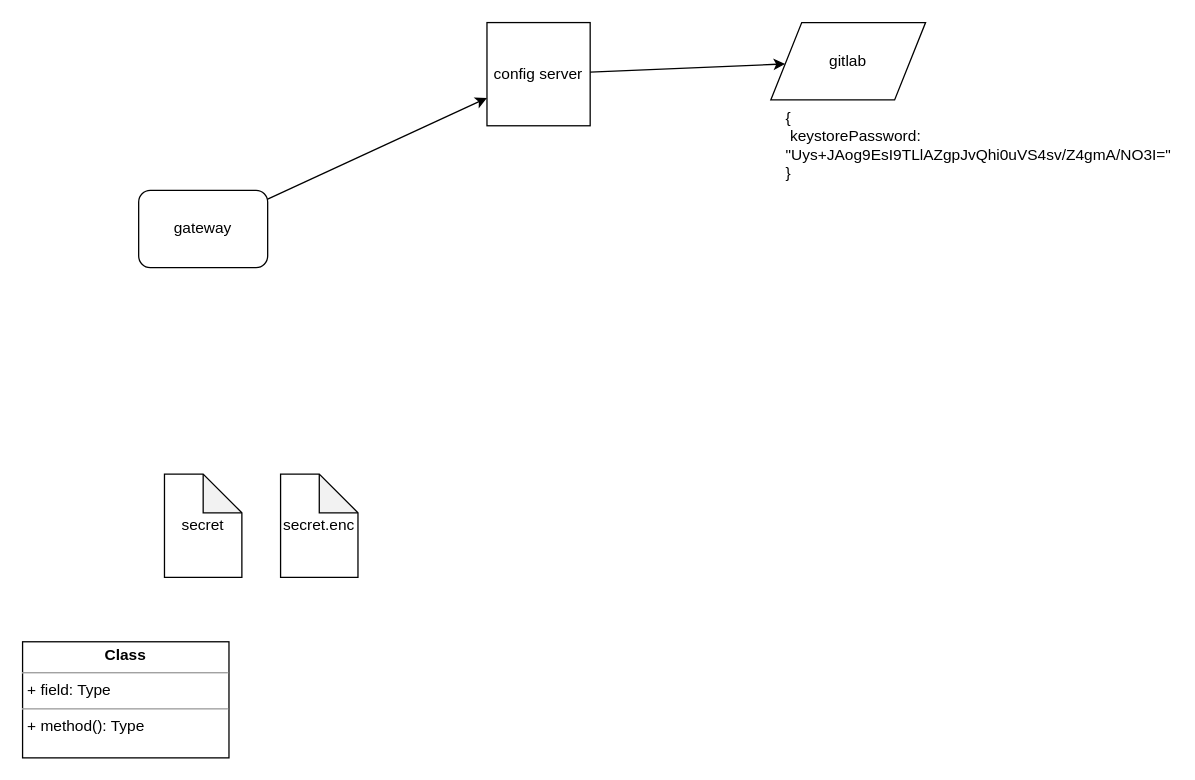
Earlier version of the draw.io diagram Untitled Diagram.drawio (arti22k/draw.io). Source tidied: cells renumbered, new cells numbered last; positions are measured from the earlier drawing's top-left corner, leaving out a move shared by most shapes. Both pictures are drawn from the tidied source at 129%, with x=0, y=0 at pixel (22, 22).
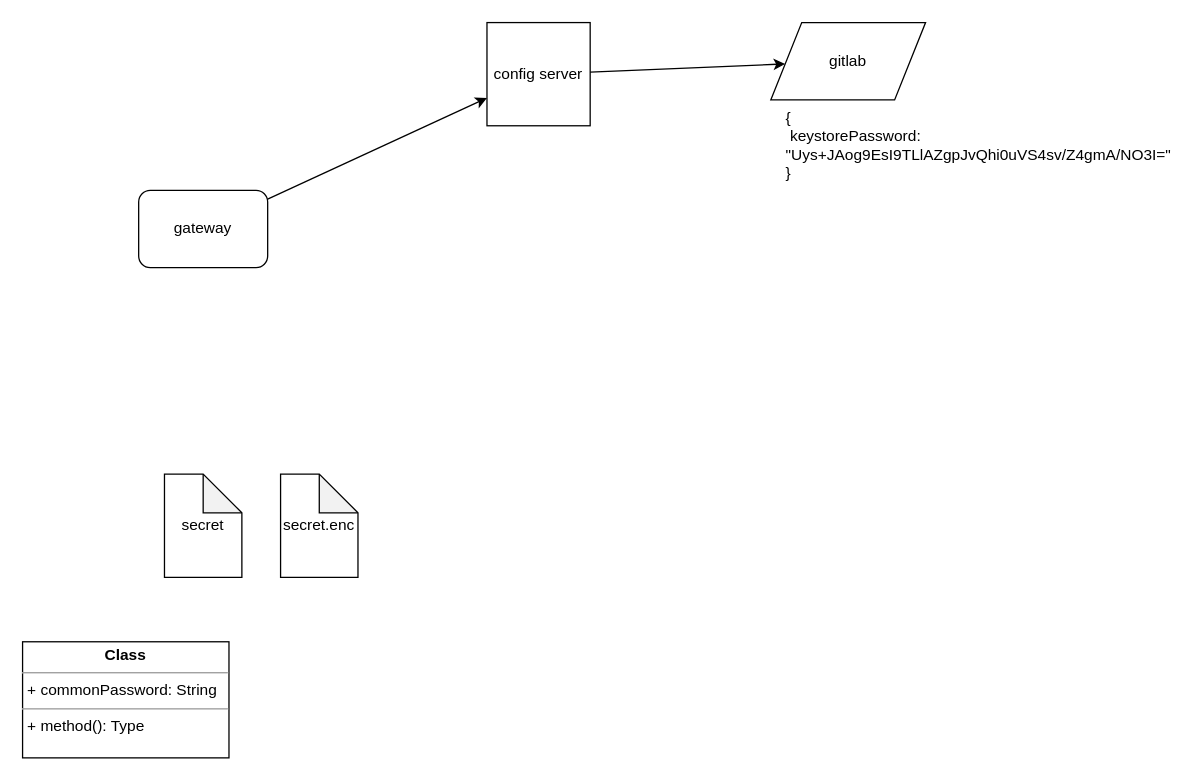
The same diagram, later.

Diff of the diagram source:
```diff
@@
 <mxGraphModel>
   <root>
     <mxCell id="0" />
     <mxCell id="1" parent="0" />
     <mxCell id="2" value="secret" style="shape=note;whiteSpace=wrap;html=1;backgroundOutline=1;darkOpacity=0.05;" parent="1" vertex="1">
       <mxGeometry x="110" y="350" width="60" height="80" as="geometry" />
     </mxCell>
     <mxCell id="3" value="secret.enc" style="shape=note;whiteSpace=wrap;html=1;backgroundOutline=1;darkOpacity=0.05;" parent="1" vertex="1">
       <mxGeometry x="200" y="350" width="60" height="80" as="geometry" />
     </mxCell>
     <mxCell id="4" value="gateway" style="rounded=1;whiteSpace=wrap;html=1;" parent="1" vertex="1">
       <mxGeometry x="90" y="130" width="100" height="60" as="geometry" />
     </mxCell>
     <mxCell id="5" value="config server" style="whiteSpace=wrap;html=1;" parent="1" vertex="1">
       <mxGeometry x="360" width="80" height="80" as="geometry" />
     </mxCell>
     <mxCell id="6" style="endArrow=classic;html=1;" parent="1" edge="1" source="4" target="5">
       <mxGeometry relative="1" as="geometry" />
     </mxCell>
     <mxCell id="7" value="gitlab" style="shape=parallelogram;perimeter=parallelogramPerimeter;whiteSpace=wrap;html=1;" parent="1" vertex="1">
       <mxGeometry x="580" width="120" height="60" as="geometry" />
     </mxCell>
     <mxCell id="8" style="endArrow=classic;html=1;" parent="1" edge="1" source="5" target="7">
       <mxGeometry relative="1" as="geometry" />
     </mxCell>
     <mxCell id="9" value="{&lt;br&gt;&amp;nbsp;keystorePassword: &quot;Uys+JAog9EsI9TLlAZgpJvQhi0uVS4sv/Z4gmA/NO3I=&quot;&lt;br&gt;}" style="text;html=1;strokeColor=none;fillColor=none;align=left;verticalAlign=middle;whiteSpace=wrap;rounded=0;" parent="1" vertex="1">
       <mxGeometry x="590" y="80" width="200" height="30" as="geometry" />
     </mxCell>
-    <mxCell id="10" value="&lt;p style=&quot;margin:0px;margin-top:4px;text-align:center;&quot;&gt;&lt;b&gt;Class&lt;/b&gt;&lt;/p&gt;&lt;hr size=&quot;1&quot;/&gt;&lt;p style=&quot;margin:0px;margin-left:4px;&quot;&gt;+ field: Type&lt;/p&gt;&lt;hr size=&quot;1&quot;/&gt;&lt;p style=&quot;margin:0px;margin-left:4px;&quot;&gt;+ method(): Type&lt;/p&gt;" style="verticalAlign=top;align=left;overflow=fill;fontSize=12;fontFamily=Helvetica;html=1;" parent="1" vertex="1">
+    <mxCell id="10" value="&lt;p style=&quot;margin: 0px ; margin-top: 4px ; text-align: center&quot;&gt;&lt;b&gt;Class&lt;/b&gt;&lt;/p&gt;&lt;hr size=&quot;1&quot;&gt;&lt;p style=&quot;margin: 0px ; margin-left: 4px&quot;&gt;+ commonPassword: String&lt;/p&gt;&lt;hr size=&quot;1&quot;&gt;&lt;p style=&quot;margin: 0px ; margin-left: 4px&quot;&gt;+ method(): Type&lt;/p&gt;" style="verticalAlign=top;align=left;overflow=fill;fontSize=12;fontFamily=Helvetica;html=1;" parent="1" vertex="1">
       <mxGeometry y="480" width="160" height="90" as="geometry" />
     </mxCell>
   </root>
 </mxGraphModel>
```
